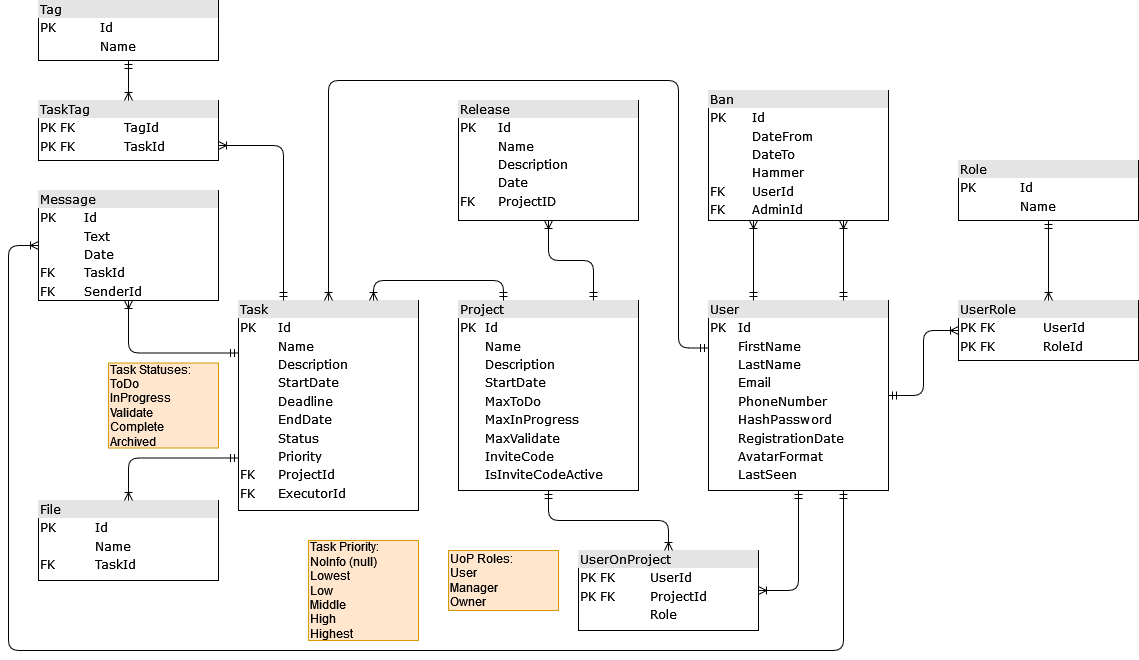
Before: Data/Diagrams/diagram.png, a diagram exported from draw.io (NktCHRN/EasyWork). Source tidied: cells renumbered, new cells last; positions are measured from the earlier drawing's top-left corner, leaving out a move shared by most shapes.
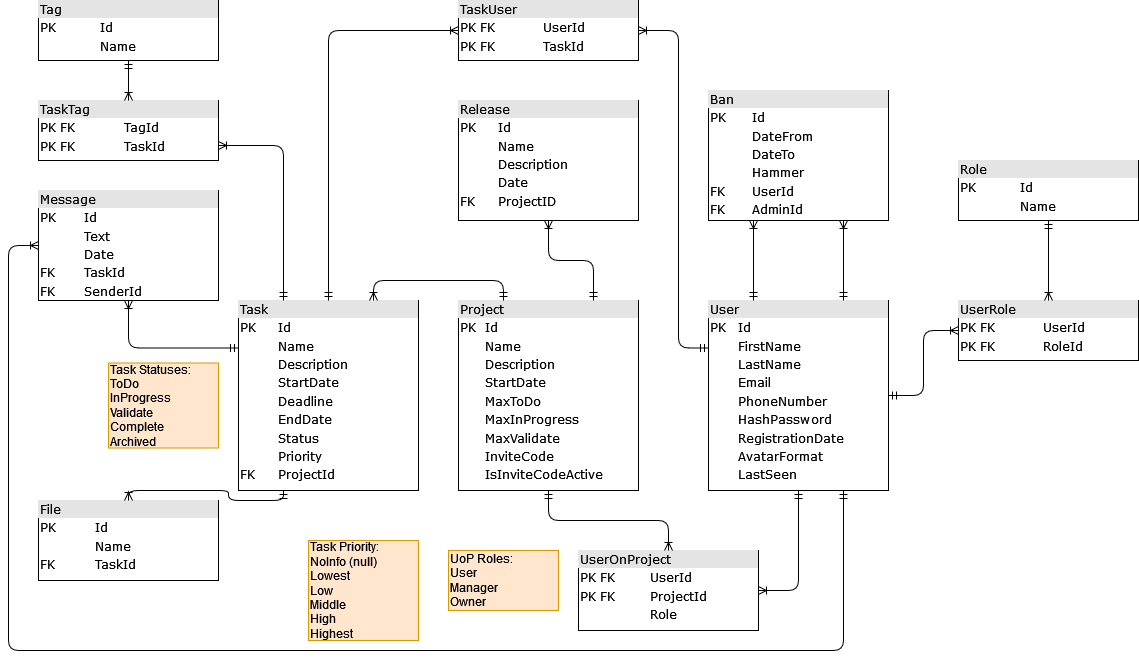
The same diagram one commit later.

Diff of the diagram source:
```diff
@@ -34,8 +34,8 @@
     <mxCell id="10" style="edgeStyle=orthogonalEdgeStyle;html=1;labelBackgroundColor=none;startArrow=ERmandOne;endArrow=ERoneToMany;fontFamily=Verdana;fontSize=12;align=left;entryX=1;entryY=0.5;entryDx=0;entryDy=0;exitX=0.5;exitY=1;exitDx=0;exitDy=0;" parent="1" edge="1" source="2" target="8">
       <mxGeometry relative="1" as="geometry" />
     </mxCell>
-    <mxCell id="11" value="&lt;div style=&quot;box-sizing: border-box ; width: 100% ; background: #e4e4e4 ; padding: 2px&quot;&gt;Task&lt;/div&gt;&lt;table style=&quot;width: 100% ; font-size: 1em&quot; cellspacing=&quot;0&quot; cellpadding=&quot;2&quot;&gt;&lt;tbody&gt;&lt;tr&gt;&lt;td&gt;PK&lt;/td&gt;&lt;td&gt;Id&lt;/td&gt;&lt;/tr&gt;&lt;tr&gt;&lt;td&gt;&lt;br&gt;&lt;/td&gt;&lt;td&gt;Name&lt;/td&gt;&lt;/tr&gt;&lt;tr&gt;&lt;td&gt;&lt;br&gt;&lt;/td&gt;&lt;td&gt;Description&lt;br&gt;&lt;/td&gt;&lt;/tr&gt;&lt;tr&gt;&lt;td&gt;&lt;br&gt;&lt;/td&gt;&lt;td&gt;StartDate&lt;br&gt;&lt;/td&gt;&lt;/tr&gt;&lt;tr&gt;&lt;td&gt;&lt;br&gt;&lt;/td&gt;&lt;td&gt;Deadline&lt;br&gt;&lt;/td&gt;&lt;/tr&gt;&lt;tr&gt;&lt;td&gt;&lt;br&gt;&lt;/td&gt;&lt;td&gt;EndDate&lt;br&gt;&lt;/td&gt;&lt;/tr&gt;&lt;tr&gt;&lt;td&gt;&lt;br&gt;&lt;/td&gt;&lt;td&gt;Status&lt;br&gt;&lt;/td&gt;&lt;/tr&gt;&lt;tr&gt;&lt;td&gt;&lt;br&gt;&lt;/td&gt;&lt;td&gt;Priority&lt;br&gt;&lt;/td&gt;&lt;/tr&gt;&lt;tr&gt;&lt;td&gt;FK&lt;br&gt;&lt;/td&gt;&lt;td&gt;ProjectId&lt;br&gt;&lt;/td&gt;&lt;/tr&gt;&lt;tr&gt;&lt;td&gt;FK&lt;/td&gt;&lt;td&gt;ExecutorId&lt;/td&gt;&lt;/tr&gt;&lt;/tbody&gt;&lt;/table&gt;" style="verticalAlign=top;align=left;overflow=fill;html=1;rounded=0;shadow=0;comic=0;labelBackgroundColor=none;strokeWidth=1;fontFamily=Verdana;fontSize=12;" parent="1" vertex="1">
-      <mxGeometry x="230" y="300" width="180" height="210" as="geometry" />
+    <mxCell id="11" value="&lt;div style=&quot;box-sizing: border-box ; width: 100% ; background: #e4e4e4 ; padding: 2px&quot;&gt;Task&lt;/div&gt;&lt;table style=&quot;width: 100% ; font-size: 1em&quot; cellspacing=&quot;0&quot; cellpadding=&quot;2&quot;&gt;&lt;tbody&gt;&lt;tr&gt;&lt;td&gt;PK&lt;/td&gt;&lt;td&gt;Id&lt;/td&gt;&lt;/tr&gt;&lt;tr&gt;&lt;td&gt;&lt;br&gt;&lt;/td&gt;&lt;td&gt;Name&lt;/td&gt;&lt;/tr&gt;&lt;tr&gt;&lt;td&gt;&lt;br&gt;&lt;/td&gt;&lt;td&gt;Description&lt;br&gt;&lt;/td&gt;&lt;/tr&gt;&lt;tr&gt;&lt;td&gt;&lt;br&gt;&lt;/td&gt;&lt;td&gt;StartDate&lt;br&gt;&lt;/td&gt;&lt;/tr&gt;&lt;tr&gt;&lt;td&gt;&lt;br&gt;&lt;/td&gt;&lt;td&gt;Deadline&lt;br&gt;&lt;/td&gt;&lt;/tr&gt;&lt;tr&gt;&lt;td&gt;&lt;br&gt;&lt;/td&gt;&lt;td&gt;EndDate&lt;br&gt;&lt;/td&gt;&lt;/tr&gt;&lt;tr&gt;&lt;td&gt;&lt;br&gt;&lt;/td&gt;&lt;td&gt;Status&lt;br&gt;&lt;/td&gt;&lt;/tr&gt;&lt;tr&gt;&lt;td&gt;&lt;br&gt;&lt;/td&gt;&lt;td&gt;Priority&lt;br&gt;&lt;/td&gt;&lt;/tr&gt;&lt;tr&gt;&lt;td&gt;FK&lt;br&gt;&lt;/td&gt;&lt;td&gt;ProjectId&lt;br&gt;&lt;/td&gt;&lt;/tr&gt;&lt;/tbody&gt;&lt;/table&gt;" style="verticalAlign=top;align=left;overflow=fill;html=1;rounded=0;shadow=0;comic=0;labelBackgroundColor=none;strokeWidth=1;fontFamily=Verdana;fontSize=12;" parent="1" vertex="1">
+      <mxGeometry x="230" y="300" width="180" height="190" as="geometry" />
     </mxCell>
     <mxCell id="12" style="edgeStyle=orthogonalEdgeStyle;html=1;labelBackgroundColor=none;startArrow=ERmandOne;endArrow=ERoneToMany;fontFamily=Verdana;fontSize=12;align=left;entryX=0.75;entryY=0;entryDx=0;entryDy=0;exitX=0.25;exitY=0;exitDx=0;exitDy=0;" parent="1" edge="1" source="7" target="11">
       <mxGeometry relative="1" as="geometry">
@@ -45,12 +45,11 @@
         </Array>
       </mxGeometry>
     </mxCell>
-    <mxCell id="13" style="edgeStyle=orthogonalEdgeStyle;html=1;labelBackgroundColor=none;startArrow=ERmandOne;endArrow=ERoneToMany;fontFamily=Verdana;fontSize=12;align=left;entryX=0.5;entryY=0;entryDx=0;entryDy=0;exitX=0;exitY=0.25;exitDx=0;exitDy=0;" parent="1" edge="1" source="2" target="11">
+    <mxCell id="13" style="edgeStyle=orthogonalEdgeStyle;html=1;labelBackgroundColor=none;startArrow=ERmandOne;endArrow=ERoneToMany;fontFamily=Verdana;fontSize=12;align=left;entryX=1;entryY=0.5;entryDx=0;entryDy=0;exitX=0;exitY=0.25;exitDx=0;exitDy=0;" parent="1" edge="1" source="2" target="31">
       <mxGeometry relative="1" as="geometry">
         <Array as="points">
           <mxPoint x="670" y="348" />
-          <mxPoint x="670" y="80" />
-          <mxPoint x="320" y="80" />
+          <mxPoint x="670" y="30" />
         </Array>
       </mxGeometry>
     </mxCell>
@@ -60,7 +59,7 @@
     <mxCell id="15" value="&lt;div style=&quot;box-sizing: border-box ; width: 100% ; background: #e4e4e4 ; padding: 2px&quot;&gt;File&lt;/div&gt;&lt;table style=&quot;width: 100% ; font-size: 1em&quot; cellspacing=&quot;0&quot; cellpadding=&quot;2&quot;&gt;&lt;tbody&gt;&lt;tr&gt;&lt;td&gt;PK&lt;/td&gt;&lt;td&gt;Id&lt;/td&gt;&lt;/tr&gt;&lt;tr&gt;&lt;td&gt;&lt;br&gt;&lt;/td&gt;&lt;td&gt;Name&lt;/td&gt;&lt;/tr&gt;&lt;tr&gt;&lt;td&gt;FK&lt;/td&gt;&lt;td&gt;TaskId&lt;/td&gt;&lt;/tr&gt;&lt;/tbody&gt;&lt;/table&gt;" style="verticalAlign=top;align=left;overflow=fill;html=1;rounded=0;shadow=0;comic=0;labelBackgroundColor=none;strokeWidth=1;fontFamily=Verdana;fontSize=12;" parent="1" vertex="1">
       <mxGeometry x="30" y="500" width="180" height="80" as="geometry" />
     </mxCell>
-    <mxCell id="16" style="edgeStyle=orthogonalEdgeStyle;html=1;labelBackgroundColor=none;startArrow=ERmandOne;endArrow=ERoneToMany;fontFamily=Verdana;fontSize=12;align=left;entryX=0.5;entryY=0;entryDx=0;entryDy=0;exitX=0;exitY=0.75;exitDx=0;exitDy=0;" parent="1" edge="1" source="11" target="15">
+    <mxCell id="16" style="edgeStyle=orthogonalEdgeStyle;html=1;labelBackgroundColor=none;startArrow=ERmandOne;endArrow=ERoneToMany;fontFamily=Verdana;fontSize=12;align=left;entryX=0.5;entryY=0;entryDx=0;entryDy=0;exitX=0.25;exitY=1;exitDx=0;exitDy=0;" parent="1" edge="1" source="11" target="15">
       <mxGeometry relative="1" as="geometry" />
     </mxCell>
     <mxCell id="17" value="&lt;div style=&quot;box-sizing: border-box ; width: 100% ; background: #e4e4e4 ; padding: 2px&quot;&gt;Message&lt;/div&gt;&lt;table style=&quot;width: 100% ; font-size: 1em&quot; cellspacing=&quot;0&quot; cellpadding=&quot;2&quot;&gt;&lt;tbody&gt;&lt;tr&gt;&lt;td&gt;PK&lt;/td&gt;&lt;td&gt;Id&lt;/td&gt;&lt;/tr&gt;&lt;tr&gt;&lt;td&gt;&lt;br&gt;&lt;/td&gt;&lt;td&gt;Text&lt;/td&gt;&lt;/tr&gt;&lt;tr&gt;&lt;td&gt;&lt;br&gt;&lt;/td&gt;&lt;td&gt;Date&lt;br&gt;&lt;/td&gt;&lt;/tr&gt;&lt;tr&gt;&lt;td&gt;FK&lt;/td&gt;&lt;td&gt;TaskId&lt;/td&gt;&lt;/tr&gt;&lt;tr&gt;&lt;td&gt;FK&lt;/td&gt;&lt;td&gt;SenderId&lt;br&gt;&lt;/td&gt;&lt;/tr&gt;&lt;/tbody&gt;&lt;/table&gt;" style="verticalAlign=top;align=left;overflow=fill;html=1;rounded=0;shadow=0;comic=0;labelBackgroundColor=none;strokeWidth=1;fontFamily=Verdana;fontSize=12;" parent="1" vertex="1">
@@ -135,5 +134,15 @@
     <mxCell id="30" value="&lt;div&gt;UoP Roles:&lt;/div&gt;&lt;div&gt;User&lt;/div&gt;&lt;div&gt;Manager&lt;/div&gt;&lt;div&gt;Owner&lt;br&gt;&lt;/div&gt;" style="rounded=0;whiteSpace=wrap;html=1;fillColor=#ffe6cc;strokeColor=#d79b00;align=left;" parent="1" vertex="1">
       <mxGeometry x="440" y="550" width="110" height="60" as="geometry" />
     </mxCell>
+    <mxCell id="31" value="&lt;div style=&quot;box-sizing: border-box ; width: 100% ; background: #e4e4e4 ; padding: 2px&quot;&gt;TaskUser&lt;/div&gt;&lt;table style=&quot;width: 100% ; font-size: 1em&quot; cellspacing=&quot;0&quot; cellpadding=&quot;2&quot;&gt;&lt;tbody&gt;&lt;tr&gt;&lt;td&gt;PK FK&lt;br&gt;&lt;/td&gt;&lt;td&gt;UserId&lt;/td&gt;&lt;/tr&gt;&lt;tr&gt;&lt;td&gt;PK FK&lt;br&gt;&lt;/td&gt;&lt;td&gt;TaskId&lt;br&gt;&lt;/td&gt;&lt;/tr&gt;&lt;/tbody&gt;&lt;/table&gt;" style="verticalAlign=top;align=left;overflow=fill;html=1;rounded=0;shadow=0;comic=0;labelBackgroundColor=none;strokeWidth=1;fontFamily=Verdana;fontSize=12;" parent="1" vertex="1">
+      <mxGeometry x="450" width="180" height="60" as="geometry" />
+    </mxCell>
+    <mxCell id="32" style="edgeStyle=orthogonalEdgeStyle;html=1;labelBackgroundColor=none;startArrow=ERmandOne;endArrow=ERoneToMany;fontFamily=Verdana;fontSize=12;align=left;entryX=0;entryY=0.5;entryDx=0;entryDy=0;exitX=0.5;exitY=0;exitDx=0;exitDy=0;" parent="1" edge="1" source="11" target="31">
+      <mxGeometry relative="1" as="geometry">
+        <Array as="points">
+          <mxPoint x="320" y="30" />
+        </Array>
+      </mxGeometry>
+    </mxCell>
   </root>
 </mxGraphModel>
```
